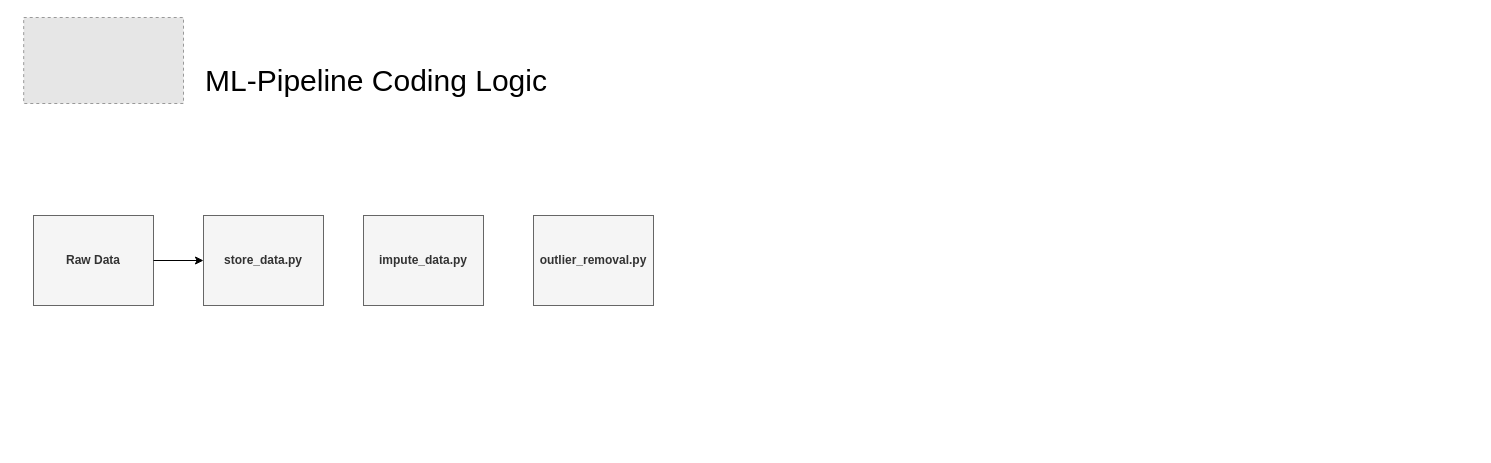
The draw.io diagram figures/ml_pipline_coding_logic.drawio in LukasNiederhaeuser/Machine_Learning, before the edit. Source tidied: cells renumbered, new cells numbered last; positions are measured from the earlier drawing's top-left corner, leaving out a move shared by most shapes. Both pictures are drawn from the tidied source at 100%, with x=0, y=0 at pixel (23, 17). Pictures stored in the file or linked from it are replaced by grey dashed boxes.
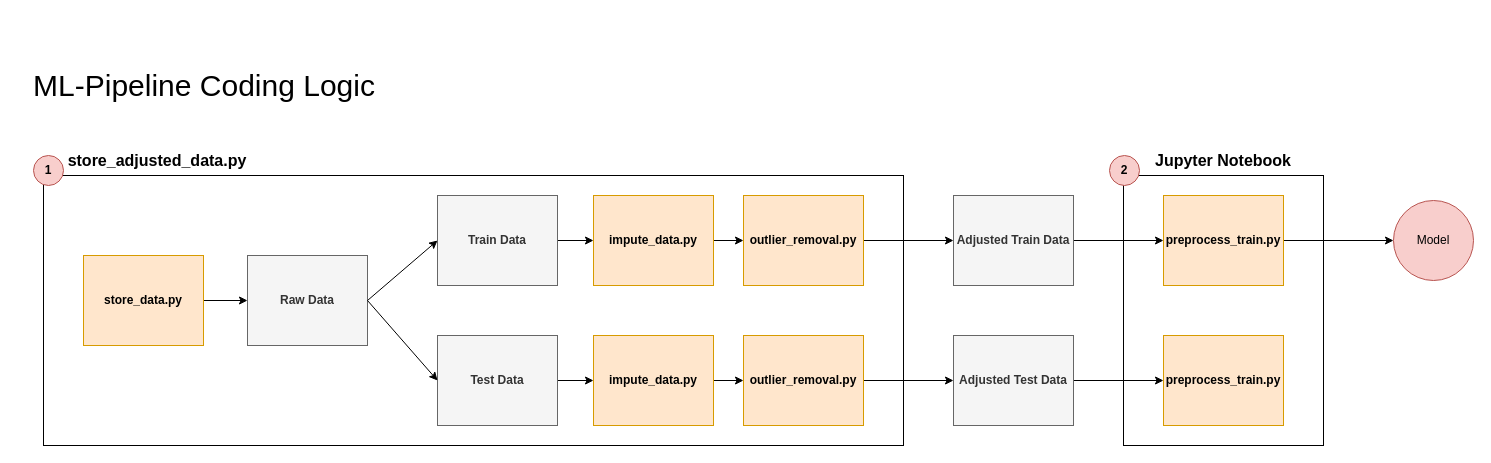
After the change.

Commit message (it also covers changes not shown here):
Remove unnecessary function-call

Diff of the diagram source:
```diff
@@
+    <mxCell id="9" style="rounded=0;whiteSpace=wrap;html=1;" parent="1" vertex="1">
+      <mxGeometry x="1100" y="158" width="200" height="270" as="geometry" />
+    </mxCell>
+    <mxCell id="10" style="rounded=0;whiteSpace=wrap;html=1;" parent="1" vertex="1">
+      <mxGeometry x="20" y="158" width="860" height="270" as="geometry" />
+    </mxCell>
     <mxCell id="2" value="&lt;b&gt;Raw Data&lt;/b&gt;" style="rounded=0;whiteSpace=wrap;html=1;fillColor=#f5f5f5;fontColor=#333333;strokeColor=#666666;" parent="1" vertex="1">
-      <mxGeometry x="10" y="198" width="120" height="90" as="geometry" />
+      <mxGeometry x="224" y="238" width="120" height="90" as="geometry" />
     </mxCell>
+    <mxCell id="6" value="&lt;font style=&quot;font-size: 30px;&quot;&gt;ML-Pipeline Coding Logic&lt;/font&gt;" style="text;strokeColor=none;align=center;fillColor=none;html=1;verticalAlign=middle;whiteSpace=wrap;rounded=0;" parent="1" vertex="1">
+      <mxGeometry x="-6" y="48" width="374" height="40" as="geometry" />
+    </mxCell>
+    <mxCell id="11" style="edgeStyle=orthogonalEdgeStyle;rounded=0;jettySize=auto;html=1;entryX=0;entryY=0.5;entryDx=0;entryDy=0;" parent="1" edge="1" source="12" target="20">
+      <mxGeometry relative="1" as="geometry" />
+    </mxCell>
+    <mxCell id="12" value="&lt;b&gt;impute_data.py&lt;/b&gt;" style="rounded=0;whiteSpace=wrap;html=1;fillColor=#ffe6cc;strokeColor=#d79b00;" parent="1" vertex="1">
+      <mxGeometry x="570" y="178" width="120" height="90" as="geometry" />
+    </mxCell>
+    <mxCell id="13" style="edgeStyle=orthogonalEdgeStyle;rounded=0;jettySize=auto;html=1;entryX=0;entryY=0.5;entryDx=0;entryDy=0;" parent="1" edge="1" source="14" target="12">
+      <mxGeometry relative="1" as="geometry" />
+    </mxCell>
+    <mxCell id="14" value="&lt;b&gt;Train Data&lt;/b&gt;" style="rounded=0;whiteSpace=wrap;html=1;fillColor=#f5f5f5;fontColor=#333333;strokeColor=#666666;" parent="1" vertex="1">
+      <mxGeometry x="414" y="178" width="120" height="90" as="geometry" />
+    </mxCell>
+    <mxCell id="15" style="edgeStyle=orthogonalEdgeStyle;rounded=0;jettySize=auto;html=1;entryX=0;entryY=0.5;entryDx=0;entryDy=0;" parent="1" edge="1" source="16" target="22">
+      <mxGeometry relative="1" as="geometry" />
+    </mxCell>
+    <mxCell id="16" value="&lt;b&gt;Test Data&lt;/b&gt;" style="rounded=0;whiteSpace=wrap;html=1;fillColor=#f5f5f5;fontColor=#333333;strokeColor=#666666;" parent="1" vertex="1">
+      <mxGeometry x="414" y="318" width="120" height="90" as="geometry" />
+    </mxCell>
+    <mxCell id="17" style="endArrow=classic;html=1;rounded=0;exitX=1;exitY=0.5;exitDx=0;exitDy=0;entryX=0;entryY=0.5;entryDx=0;entryDy=0;" parent="1" edge="1" source="2" target="14">
+      <mxGeometry relative="1" as="geometry" />
+    </mxCell>
+    <mxCell id="18" style="endArrow=classic;html=1;rounded=0;exitX=1;exitY=0.5;exitDx=0;exitDy=0;entryX=0;entryY=0.5;entryDx=0;entryDy=0;" parent="1" edge="1" source="2" target="16">
+      <mxGeometry relative="1" as="geometry" />
+    </mxCell>
+    <mxCell id="19" style="edgeStyle=orthogonalEdgeStyle;rounded=0;jettySize=auto;html=1;entryX=0;entryY=0.5;entryDx=0;entryDy=0;" parent="1" edge="1" source="20" target="30">
+      <mxGeometry relative="1" as="geometry" />
+    </mxCell>
+    <mxCell id="20" value="&lt;b&gt;outlier_removal.py&lt;/b&gt;" style="rounded=0;whiteSpace=wrap;html=1;fillColor=#ffe6cc;strokeColor=#d79b00;" parent="1" vertex="1">
+      <mxGeometry x="720" y="178" width="120" height="90" as="geometry" />
+    </mxCell>
+    <mxCell id="21" style="edgeStyle=orthogonalEdgeStyle;rounded=0;jettySize=auto;html=1;entryX=0;entryY=0.5;entryDx=0;entryDy=0;" parent="1" edge="1" source="22" target="24">
+      <mxGeometry relative="1" as="geometry" />
+    </mxCell>
+    <mxCell id="22" value="&lt;b&gt;impute_data.py&lt;/b&gt;" style="rounded=0;whiteSpace=wrap;html=1;fillColor=#ffe6cc;strokeColor=#d79b00;" parent="1" vertex="1">
+      <mxGeometry x="570" y="318" width="120" height="90" as="geometry" />
+    </mxCell>
+    <mxCell id="23" style="edgeStyle=orthogonalEdgeStyle;rounded=0;jettySize=auto;html=1;" parent="1" edge="1" source="24" target="32">
+      <mxGeometry relative="1" as="geometry" />
+    </mxCell>
+    <mxCell id="24" value="&lt;b&gt;outlier_removal.py&lt;/b&gt;" style="rounded=0;whiteSpace=wrap;html=1;fillColor=#ffe6cc;strokeColor=#d79b00;" parent="1" vertex="1">
+      <mxGeometry x="720" y="318" width="120" height="90" as="geometry" />
+    </mxCell>
+    <mxCell id="25" style="edgeStyle=orthogonalEdgeStyle;rounded=0;jettySize=auto;html=1;" parent="1" edge="1" source="26" target="36">
+      <mxGeometry relative="1" as="geometry" />
+    </mxCell>
+    <mxCell id="26" value="&lt;b&gt;preprocess_train.py&lt;/b&gt;" style="rounded=0;whiteSpace=wrap;html=1;fillColor=#ffe6cc;strokeColor=#d79b00;" parent="1" vertex="1">
+      <mxGeometry x="1140" y="178" width="120" height="90" as="geometry" />
+    </mxCell>
+    <mxCell id="27" value="&lt;b&gt;preprocess_train.py&lt;/b&gt;" style="rounded=0;whiteSpace=wrap;html=1;fillColor=#ffe6cc;strokeColor=#d79b00;" parent="1" vertex="1">
+      <mxGeometry x="1140" y="318" width="120" height="90" as="geometry" />
+    </mxCell>
+    <mxCell id="28" value="&lt;b&gt;1&lt;/b&gt;" style="ellipse;whiteSpace=wrap;html=1;fillColor=#f8cecc;strokeColor=#b85450;" parent="1" vertex="1">
+      <mxGeometry x="10" y="138" width="30" height="30" as="geometry" />
+    </mxCell>
+    <mxCell id="29" style="edgeStyle=orthogonalEdgeStyle;rounded=0;jettySize=auto;html=1;" parent="1" edge="1" source="30" target="26">
+      <mxGeometry relative="1" as="geometry" />
+    </mxCell>
+    <mxCell id="30" value="&lt;b&gt;Adjusted Train Data&lt;/b&gt;" style="rounded=0;whiteSpace=wrap;html=1;fillColor=#f5f5f5;fontColor=#333333;strokeColor=#666666;" parent="1" vertex="1">
+      <mxGeometry x="930" y="178" width="120" height="90" as="geometry" />
+    </mxCell>
+    <mxCell id="31" style="edgeStyle=orthogonalEdgeStyle;rounded=0;jettySize=auto;html=1;entryX=0;entryY=0.5;entryDx=0;entryDy=0;" parent="1" edge="1" source="32" target="27">
+      <mxGeometry relative="1" as="geometry" />
+    </mxCell>
+    <mxCell id="32" value="&lt;b&gt;Adjusted Test Data&lt;/b&gt;" style="rounded=0;whiteSpace=wrap;html=1;fillColor=#f5f5f5;fontColor=#333333;strokeColor=#666666;" parent="1" vertex="1">
+      <mxGeometry x="930" y="318" width="120" height="90" as="geometry" />
+    </mxCell>
+    <mxCell id="33" value="&lt;b&gt;2&lt;/b&gt;" style="ellipse;whiteSpace=wrap;html=1;fillColor=#f8cecc;strokeColor=#b85450;" parent="1" vertex="1">
+      <mxGeometry x="1086" y="138" width="30" height="30" as="geometry" />
+    </mxCell>
+    <mxCell id="34" value="&lt;b&gt;&lt;font style=&quot;font-size: 16px;&quot;&gt;store_adjusted_data.py&lt;/font&gt;&lt;/b&gt;" style="text;strokeColor=none;align=center;fillColor=none;html=1;verticalAlign=middle;whiteSpace=wrap;rounded=0;" parent="1" vertex="1">
+      <mxGeometry x="44" y="128" width="180" height="30" as="geometry" />
+    </mxCell>
+    <mxCell id="35" value="&lt;b&gt;&lt;font style=&quot;font-size: 16px;&quot;&gt;Jupyter Notebook&lt;/font&gt;&lt;/b&gt;" style="text;strokeColor=none;align=center;fillColor=none;html=1;verticalAlign=middle;whiteSpace=wrap;rounded=0;" parent="1" vertex="1">
+      <mxGeometry x="1110" y="128" width="180" height="30" as="geometry" />
+    </mxCell>
+    <mxCell id="36" value="Model" style="ellipse;whiteSpace=wrap;html=1;fillColor=#f8cecc;strokeColor=#b85450;" parent="1" vertex="1">
+      <mxGeometry x="1370" y="183" width="80" height="80" as="geometry" />
+    </mxCell>
+    <mxCell id="37" style="edgeStyle=orthogonalEdgeStyle;rounded=0;jettySize=auto;html=1;entryX=0;entryY=0.5;entryDx=0;entryDy=0;" parent="1" edge="1" source="3" target="2">
+      <mxGeometry relative="1" as="geometry" />
+    </mxCell>
-    <mxCell id="3" value="&lt;b&gt;store_data.py&lt;/b&gt;" style="rounded=0;whiteSpace=wrap;html=1;fillColor=#f5f5f5;fontColor=#333333;strokeColor=#666666;" parent="1" vertex="1">
-      <mxGeometry x="180" y="198" width="120" height="90" as="geometry" />
+    <mxCell id="3" value="&lt;b&gt;store_data.py&lt;/b&gt;" style="rounded=0;whiteSpace=wrap;html=1;fillColor=#ffe6cc;strokeColor=#d79b00;" parent="1" vertex="1">
+      <mxGeometry x="60" y="238" width="120" height="90" as="geometry" />
     </mxCell>
-    <mxCell id="4" style="endArrow=classic;html=1;rounded=0;exitX=1;exitY=0.5;exitDx=0;exitDy=0;entryX=0;entryY=0.5;entryDx=0;entryDy=0;" parent="1" edge="1" source="2" target="3">
-      <mxGeometry relative="1" as="geometry" />
-    </mxCell>
-    <mxCell id="5" style="fillColor=#E6E6E6;strokeColor=#999999;dashed=1;verticalLabelPosition=bottom;labelBackgroundColor=default;verticalAlign=top;" parent="1" vertex="1">
-      <mxGeometry x="0.2" width="159.8" height="86" as="geometry" />
-    </mxCell>
-    <mxCell id="6" value="&lt;font style=&quot;font-size: 30px;&quot;&gt;ML-Pipeline Coding Logic&lt;/font&gt;" style="text;strokeColor=none;align=center;fillColor=none;html=1;verticalAlign=middle;whiteSpace=wrap;rounded=0;" parent="1" vertex="1">
-      <mxGeometry x="166" y="43" width="374" height="40" as="geometry" />
-    </mxCell>
-    <mxCell id="7" value="&lt;b&gt;impute_data.py&lt;/b&gt;" style="rounded=0;whiteSpace=wrap;html=1;fillColor=#f5f5f5;fontColor=#333333;strokeColor=#666666;" parent="1" vertex="1">
-      <mxGeometry x="340" y="198" width="120" height="90" as="geometry" />
-    </mxCell>
-    <mxCell id="8" value="&lt;b&gt;outlier_removal.py&lt;/b&gt;" style="rounded=0;whiteSpace=wrap;html=1;fillColor=#f5f5f5;fontColor=#333333;strokeColor=#666666;" parent="1" vertex="1">
-      <mxGeometry x="510" y="198" width="120" height="90" as="geometry" />
-    </mxCell>
```
